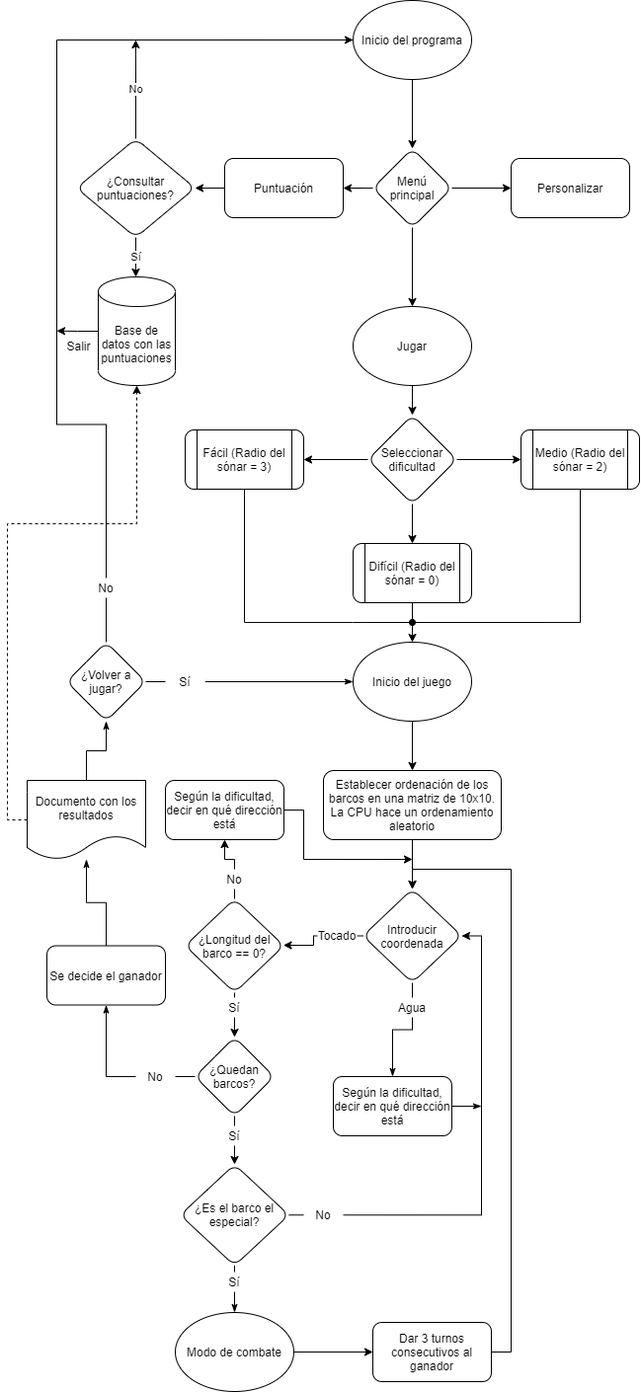
Before: Diagrama de flujo.png, a diagram exported from draw.io (aigora/twIE_2021-proyecto-buque-insignia). Source tidied: cells renumbered, new cells last; positions are measured from the earlier drawing's top-left corner, leaving out a move shared by most shapes.
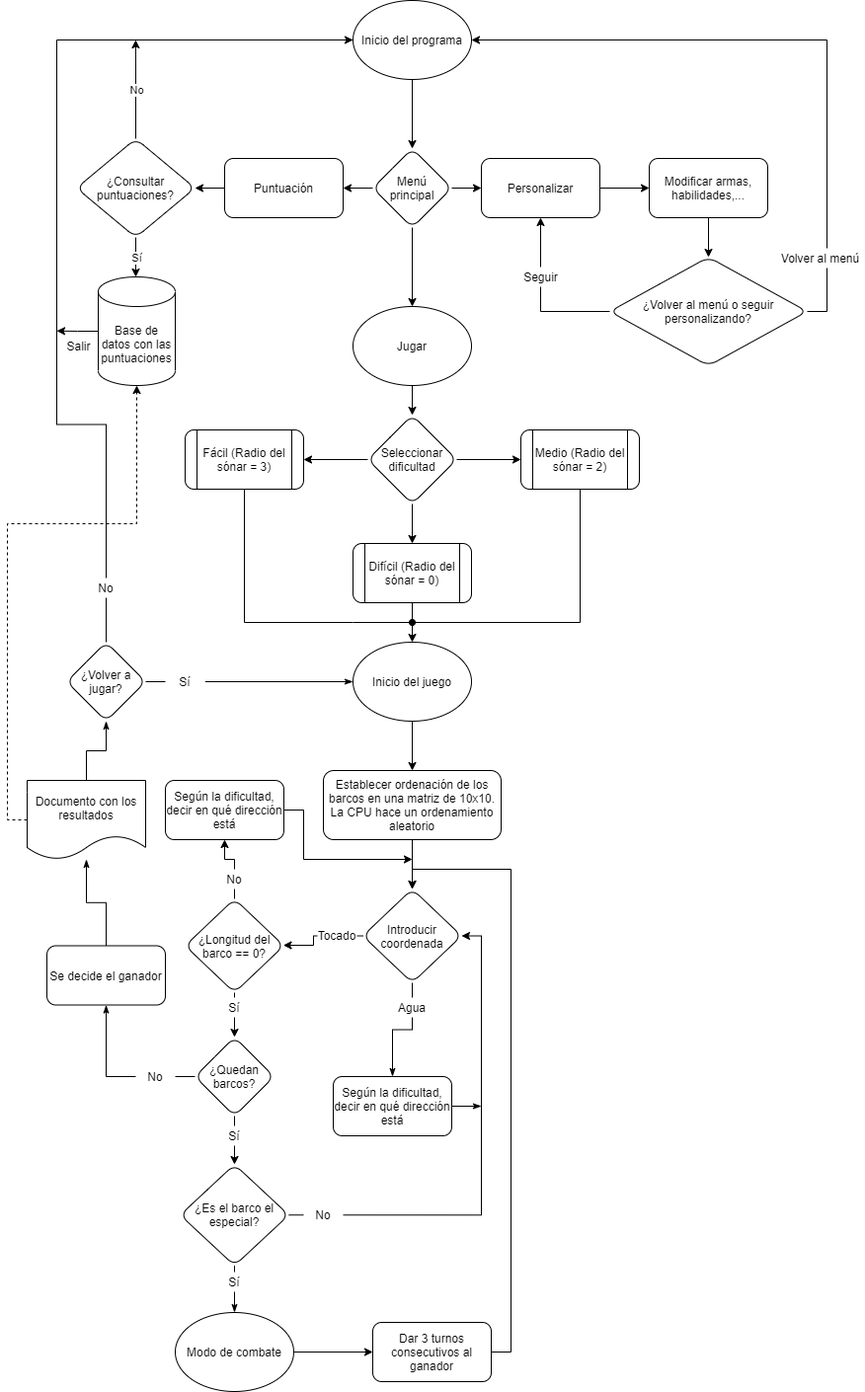
After the commit.

Commit message:
Añadir menú de personalización

The edit, as a diff of the source:
```diff
@@ -25,8 +25,11 @@
     <mxCell id="8" value="Puntuación" style="whiteSpace=wrap;html=1;rounded=1;" parent="1" vertex="1">
       <mxGeometry x="220" y="160" width="120" height="60" as="geometry" />
     </mxCell>
+    <mxCell id="76" style="edgeStyle=orthogonalEdgeStyle;rounded=0;jettySize=auto;html=1;" parent="1" edge="1" source="9" target="78">
+      <mxGeometry relative="1" as="geometry" />
+    </mxCell>
     <mxCell id="9" value="Personalizar" style="whiteSpace=wrap;html=1;rounded=1;" parent="1" vertex="1">
-      <mxGeometry x="510" y="160" width="120" height="60" as="geometry" />
+      <mxGeometry x="480" y="160" width="120" height="60" as="geometry" />
     </mxCell>
     <mxCell id="10" style="edgeStyle=orthogonalEdgeStyle;rounded=0;sketch=0;jettySize=auto;html=1;shadow=0;" parent="1" edge="1" target="20">
       <mxGeometry relative="1" as="geometry">
@@ -279,5 +282,26 @@
     <mxCell id="75" value="Salir" style="text;html=1;align=center;verticalAlign=middle;" parent="1" vertex="1">
       <mxGeometry x="52" y="340" width="40" height="20" as="geometry" />
     </mxCell>
+    <mxCell id="77" style="edgeStyle=orthogonalEdgeStyle;rounded=0;jettySize=auto;html=1;" parent="1" edge="1" source="78" target="81">
+      <mxGeometry relative="1" as="geometry" />
+    </mxCell>
+    <mxCell id="78" value="Modificar armas, habilidades,..." style="whiteSpace=wrap;html=1;rounded=1;" parent="1" vertex="1">
+      <mxGeometry x="650" y="160" width="120" height="60" as="geometry" />
+    </mxCell>
+    <mxCell id="79" style="edgeStyle=orthogonalEdgeStyle;rounded=0;jettySize=auto;html=1;exitX=0;exitY=0.5;exitDx=0;exitDy=0;entryX=0.5;entryY=1;entryDx=0;entryDy=0;" parent="1" edge="1" source="81" target="9">
+      <mxGeometry relative="1" as="geometry" />
+    </mxCell>
+    <mxCell id="80" style="edgeStyle=orthogonalEdgeStyle;rounded=0;jettySize=auto;html=1;exitX=1;exitY=0.5;exitDx=0;exitDy=0;entryX=1;entryY=0.5;entryDx=0;entryDy=0;" parent="1" edge="1" source="81" target="12">
+      <mxGeometry relative="1" as="geometry" />
+    </mxCell>
+    <mxCell id="81" value="¿Volver al menú o seguir personalizando?" style="rhombus;whiteSpace=wrap;html=1;rounded=1;" parent="1" vertex="1">
+      <mxGeometry x="610" y="260" width="200" height="110" as="geometry" />
+    </mxCell>
+    <mxCell id="82" value="Volver al menú" style="text;html=1;align=center;verticalAlign=middle;fillColor=#ffffff;" parent="1" vertex="1">
+      <mxGeometry x="778" y="251" width="90" height="20" as="geometry" />
+    </mxCell>
+    <mxCell id="83" value="Seguir" style="text;html=1;align=center;verticalAlign=middle;fillColor=#ffffff;" parent="1" vertex="1">
+      <mxGeometry x="515" y="270" width="50" height="20" as="geometry" />
+    </mxCell>
   </root>
 </mxGraphModel>
```
